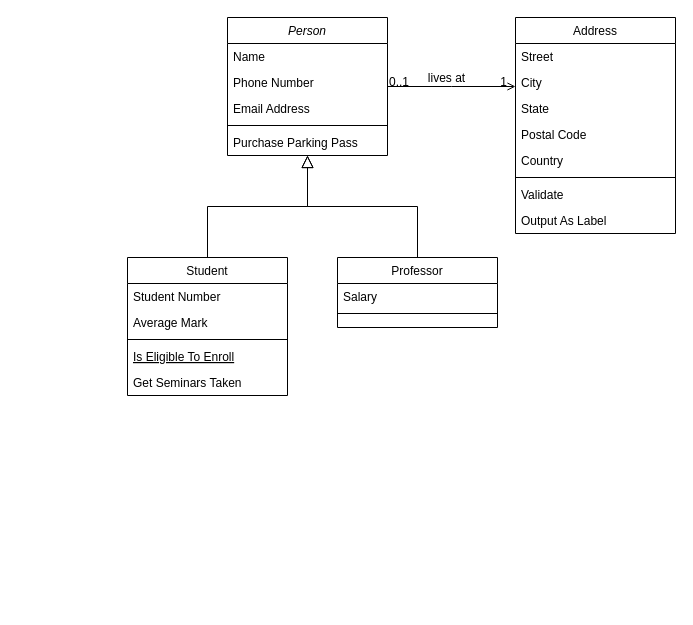
WD-Zer01/OpenCV_Car_Countting_Clone keeps this draw.io diagram as TestDiagram.drawio. Above is the earlier version. Source tidied: cells renumbered, new cells numbered last; positions are measured from the earlier drawing's top-left corner, leaving out a move shared by most shapes. Both pictures are drawn from the tidied source at 100%, with x=0, y=0 at pixel (127, 17).
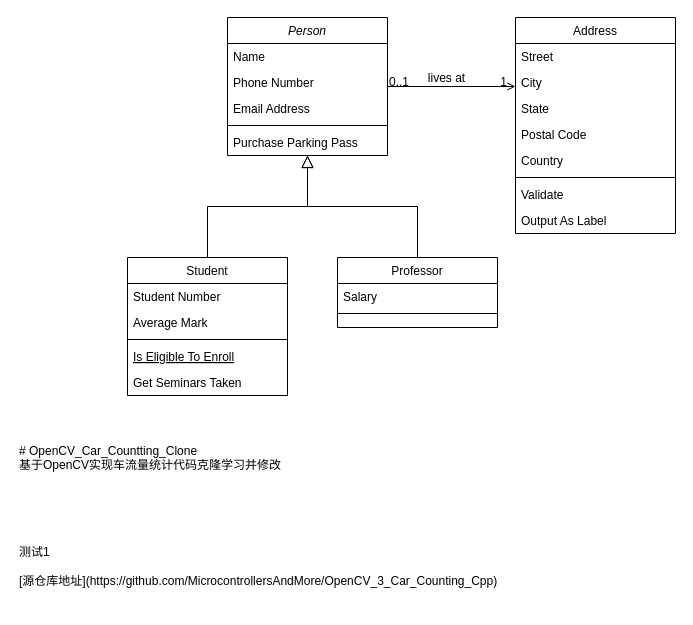
The same diagram, later.

What changed in the source:
```diff
@@
+    <mxCell id="32" value="# OpenCV_Car_Countting_Clone&#10;基于OpenCV实现车流量统计代码克隆学习并修改&#10;&#10;&#10;&#10;&#10;&#10;测试1&#10;&#10;[源仓库地址](https://github.com/MicrocontrollersAndMore/OpenCV_3_Car_Counting_Cpp)" style="text;whiteSpace=wrap;html=1;" parent="1" vertex="1">
+      <mxGeometry x="-110" y="420" width="510" height="170" as="geometry" />
+    </mxCell>
```
